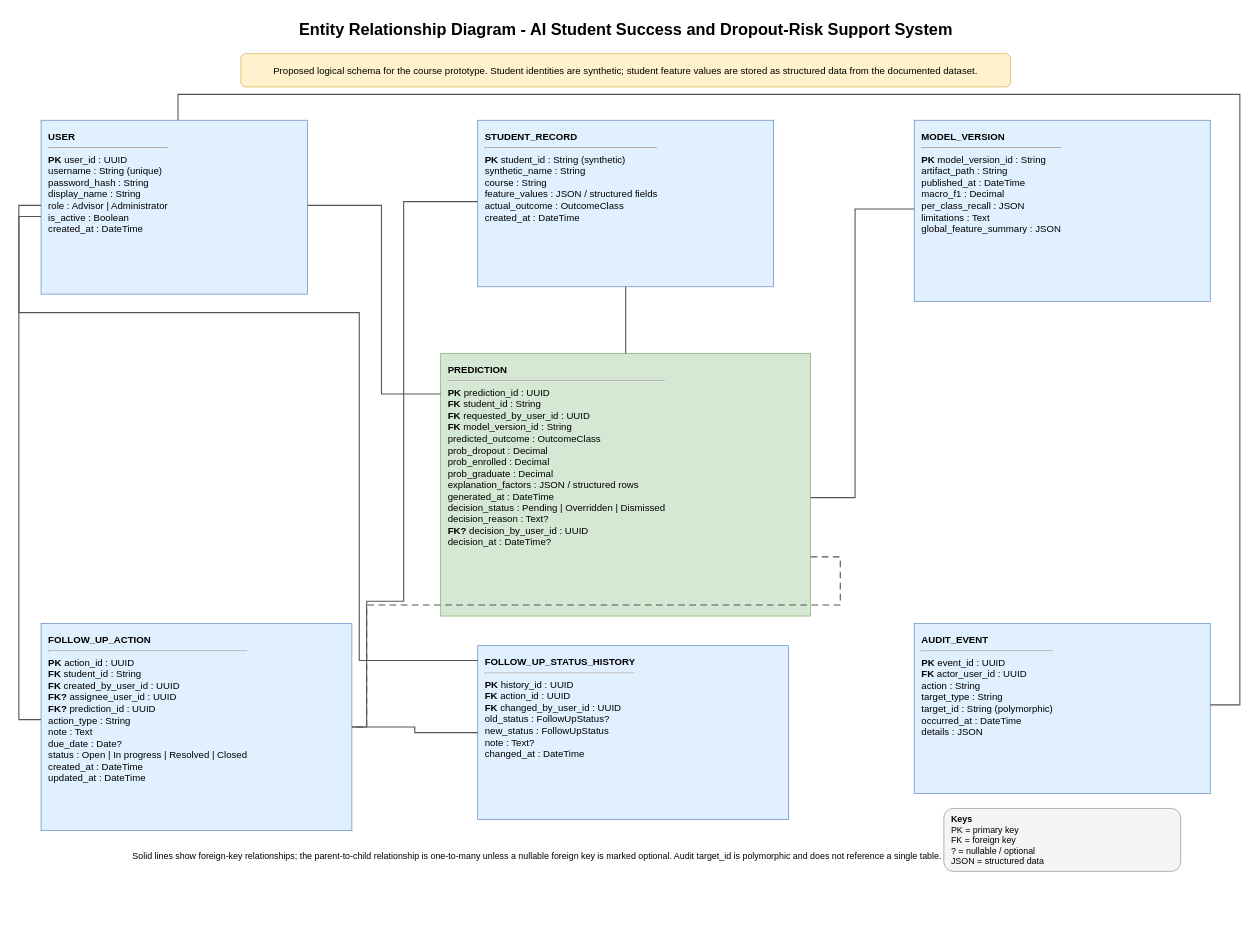
zeinalmajaly/SE-GP02 keeps this draw.io diagram as uml/erd.drawio. Above is the earlier version. Source tidied: cells renumbered, new cells numbered last; positions are measured from the earlier drawing's top-left corner, leaving out a move shared by most shapes. Both pictures are drawn from the tidied source at 74%, with x=0, y=0 at pixel (18, 13).
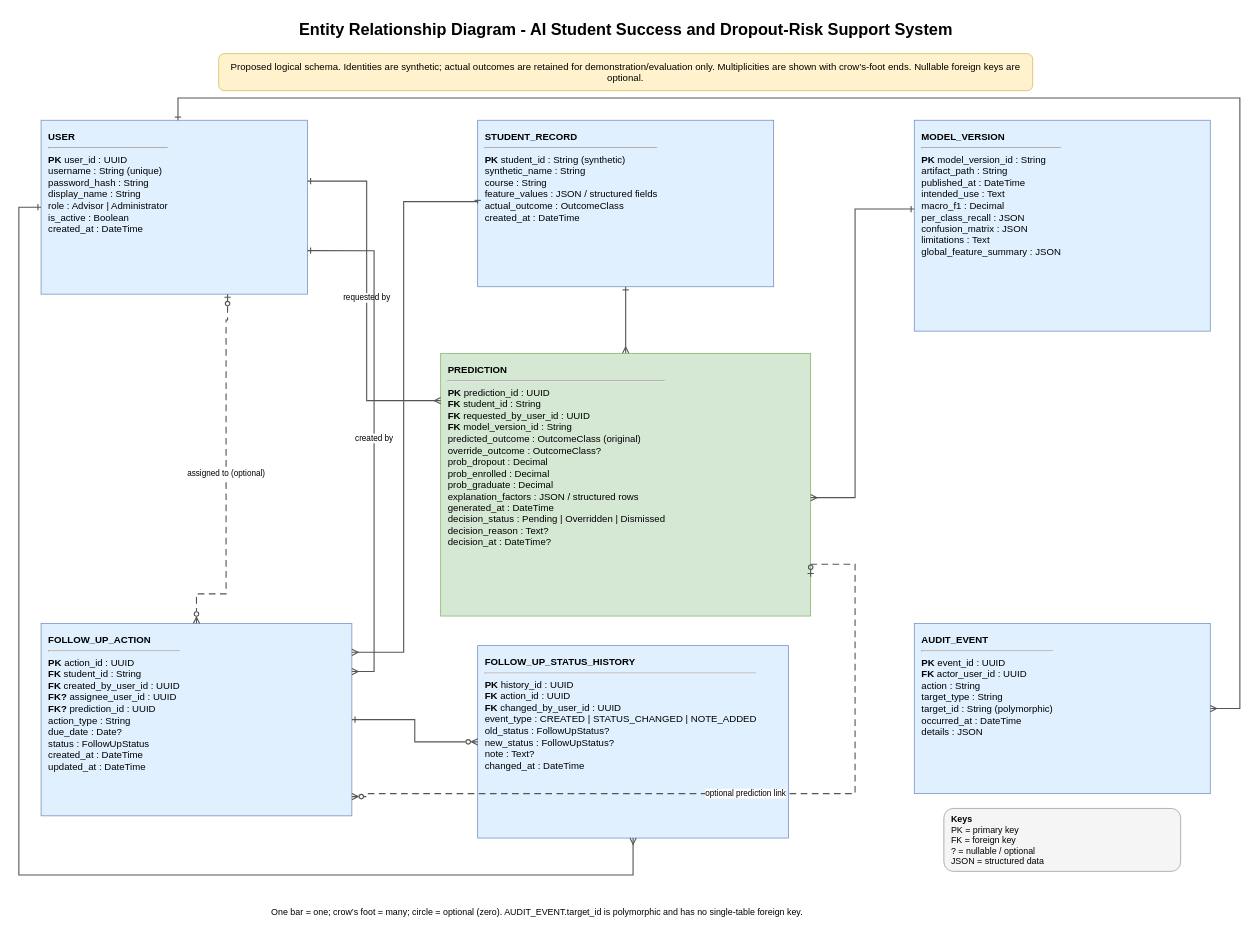
The same diagram, later.

Commit message (it also covers changes not shown here):
erd and class diagrams/renders fixing

Unchanged cells that the change refers to:
```xml
<mxCell id="4" value="&lt;b&gt;USER&lt;/b&gt;&lt;hr/&gt;&lt;b&gt;PK&lt;/b&gt; user_id : UUID&lt;br/&gt;username : String (unique)&lt;br/&gt;password_hash : String&lt;br/&gt;display_name : String&lt;br/&gt;role : Advisor | Administrator&lt;br/&gt;is_active : Boolean&lt;br/&gt;created_at : DateTime" style="rounded=0;whiteSpace=wrap;html=1;fillColor=#e1f0ff;strokeColor=#6c8ebf;fontSize=13;align=left;verticalAlign=top;spacing=10;" parent="1" vertex="1">
  <mxGeometry x="30" y="145" width="360" height="235" as="geometry" />
</mxCell>
<mxCell id="5" value="&lt;b&gt;STUDENT_RECORD&lt;/b&gt;&lt;hr/&gt;&lt;b&gt;PK&lt;/b&gt; student_id : String (synthetic)&lt;br/&gt;synthetic_name : String&lt;br/&gt;course : String&lt;br/&gt;feature_values : JSON / structured fields&lt;br/&gt;actual_outcome : OutcomeClass&lt;br/&gt;created_at : DateTime" style="rounded=0;whiteSpace=wrap;html=1;fillColor=#e1f0ff;strokeColor=#6c8ebf;fontSize=13;align=left;verticalAlign=top;spacing=10;" parent="1" vertex="1">
  <mxGeometry x="620" y="145" width="400" height="225" as="geometry" />
</mxCell>
<mxCell id="10" value="&lt;b&gt;AUDIT_EVENT&lt;/b&gt;&lt;hr/&gt;&lt;b&gt;PK&lt;/b&gt; event_id : UUID&lt;br/&gt;&lt;b&gt;FK&lt;/b&gt; actor_user_id : UUID&lt;br/&gt;action : String&lt;br/&gt;target_type : String&lt;br/&gt;target_id : String (polymorphic)&lt;br/&gt;occurred_at : DateTime&lt;br/&gt;details : JSON" style="rounded=0;whiteSpace=wrap;html=1;fillColor=#e1f0ff;strokeColor=#6c8ebf;fontSize=13;align=left;verticalAlign=top;spacing=10;" parent="1" vertex="1">
  <mxGeometry x="1210" y="825" width="400" height="230" as="geometry" />
</mxCell>
```

The edit, as a diff of the source:
```diff
@@
-    <mxCell id="3" value="Proposed logical schema for the course prototype. Student identities are synthetic; student feature values are stored as structured data from the documented dataset." style="rounded=1;whiteSpace=wrap;html=1;fillColor=#fff2cc;strokeColor=#d6b656;fontSize=13;" parent="1" vertex="1">
-      <mxGeometry x="300" y="55" width="1040" height="45" as="geometry" />
+    <mxCell id="3" value="Proposed logical schema. Identities are synthetic; actual outcomes are retained for demonstration/evaluation only. Multiplicities are shown with crow’s-foot ends. Nullable foreign keys are optional." style="rounded=1;whiteSpace=wrap;html=1;fillColor=#fff2cc;strokeColor=#d6b656;fontSize=13;" parent="1" vertex="1">
+      <mxGeometry x="270" y="55" width="1100" height="50" as="geometry" />
     </mxCell>
@@
-    <mxCell id="6" value="&lt;b&gt;MODEL_VERSION&lt;/b&gt;&lt;hr/&gt;&lt;b&gt;PK&lt;/b&gt; model_version_id : String&lt;br/&gt;artifact_path : String&lt;br/&gt;published_at : DateTime&lt;br/&gt;macro_f1 : Decimal&lt;br/&gt;per_class_recall : JSON&lt;br/&gt;limitations : Text&lt;br/&gt;global_feature_summary : JSON" style="rounded=0;whiteSpace=wrap;html=1;fillColor=#e1f0ff;strokeColor=#6c8ebf;fontSize=13;align=left;verticalAlign=top;spacing=10;" parent="1" vertex="1">
-      <mxGeometry x="1210" y="145" width="400" height="245" as="geometry" />
+    <mxCell id="6" value="&lt;b&gt;MODEL_VERSION&lt;/b&gt;&lt;hr/&gt;&lt;b&gt;PK&lt;/b&gt; model_version_id : String&lt;br/&gt;artifact_path : String&lt;br/&gt;published_at : DateTime&lt;br/&gt;intended_use : Text&lt;br/&gt;macro_f1 : Decimal&lt;br/&gt;per_class_recall : JSON&lt;br/&gt;confusion_matrix : JSON&lt;br/&gt;limitations : Text&lt;br/&gt;global_feature_summary : JSON" style="rounded=0;whiteSpace=wrap;html=1;fillColor=#e1f0ff;strokeColor=#6c8ebf;fontSize=13;align=left;verticalAlign=top;spacing=10;" parent="1" vertex="1">
+      <mxGeometry x="1210" y="145" width="400" height="285" as="geometry" />
     </mxCell>
-    <mxCell id="7" value="&lt;b&gt;PREDICTION&lt;/b&gt;&lt;hr/&gt;&lt;b&gt;PK&lt;/b&gt; prediction_id : UUID&lt;br/&gt;&lt;b&gt;FK&lt;/b&gt; student_id : String&lt;br/&gt;&lt;b&gt;FK&lt;/b&gt; requested_by_user_id : UUID&lt;br/&gt;&lt;b&gt;FK&lt;/b&gt; model_version_id : String&lt;br/&gt;predicted_outcome : OutcomeClass&lt;br/&gt;prob_dropout : Decimal&lt;br/&gt;prob_enrolled : Decimal&lt;br/&gt;prob_graduate : Decimal&lt;br/&gt;explanation_factors : JSON / structured rows&lt;br/&gt;generated_at : DateTime&lt;br/&gt;decision_status : Pending | Overridden | Dismissed&lt;br/&gt;decision_reason : Text?&lt;br/&gt;&lt;b&gt;FK?&lt;/b&gt; decision_by_user_id : UUID&lt;br/&gt;decision_at : DateTime?" style="rounded=0;whiteSpace=wrap;html=1;fillColor=#d5e8d4;strokeColor=#82b366;fontSize=13;align=left;verticalAlign=top;spacing=10;" parent="1" vertex="1">
+    <mxCell id="7" value="&lt;b&gt;PREDICTION&lt;/b&gt;&lt;hr/&gt;&lt;b&gt;PK&lt;/b&gt; prediction_id : UUID&lt;br/&gt;&lt;b&gt;FK&lt;/b&gt; student_id : String&lt;br/&gt;&lt;b&gt;FK&lt;/b&gt; requested_by_user_id : UUID&lt;br/&gt;&lt;b&gt;FK&lt;/b&gt; model_version_id : String&lt;br/&gt;predicted_outcome : OutcomeClass (original)&lt;br/&gt;override_outcome : OutcomeClass?&lt;br/&gt;prob_dropout : Decimal&lt;br/&gt;prob_enrolled : Decimal&lt;br/&gt;prob_graduate : Decimal&lt;br/&gt;explanation_factors : JSON / structured rows&lt;br/&gt;generated_at : DateTime&lt;br/&gt;decision_status : Pending | Overridden | Dismissed&lt;br/&gt;decision_reason : Text?&lt;br/&gt;decision_at : DateTime?" style="rounded=0;whiteSpace=wrap;html=1;fillColor=#d5e8d4;strokeColor=#82b366;fontSize=13;align=left;verticalAlign=top;spacing=10;" parent="1" vertex="1">
       <mxGeometry x="570" y="460" width="500" height="355" as="geometry" />
     </mxCell>
-    <mxCell id="8" value="&lt;b&gt;FOLLOW_UP_ACTION&lt;/b&gt;&lt;hr/&gt;&lt;b&gt;PK&lt;/b&gt; action_id : UUID&lt;br/&gt;&lt;b&gt;FK&lt;/b&gt; student_id : String&lt;br/&gt;&lt;b&gt;FK&lt;/b&gt; created_by_user_id : UUID&lt;br/&gt;&lt;b&gt;FK?&lt;/b&gt; assignee_user_id : UUID&lt;br/&gt;&lt;b&gt;FK?&lt;/b&gt; prediction_id : UUID&lt;br/&gt;action_type : String&lt;br/&gt;note : Text&lt;br/&gt;due_date : Date?&lt;br/&gt;status : Open | In progress | Resolved | Closed&lt;br/&gt;created_at : DateTime&lt;br/&gt;updated_at : DateTime" style="rounded=0;whiteSpace=wrap;html=1;fillColor=#e1f0ff;strokeColor=#6c8ebf;fontSize=13;align=left;verticalAlign=top;spacing=10;" parent="1" vertex="1">
-      <mxGeometry x="30" y="825" width="420" height="280" as="geometry" />
+    <mxCell id="8" value="&lt;b&gt;FOLLOW_UP_ACTION&lt;/b&gt;&lt;hr/&gt;&lt;b&gt;PK&lt;/b&gt; action_id : UUID&lt;br/&gt;&lt;b&gt;FK&lt;/b&gt; student_id : String&lt;br/&gt;&lt;b&gt;FK&lt;/b&gt; created_by_user_id : UUID&lt;br/&gt;&lt;b&gt;FK?&lt;/b&gt; assignee_user_id : UUID&lt;br/&gt;&lt;b&gt;FK?&lt;/b&gt; prediction_id : UUID&lt;br/&gt;action_type : String&lt;br/&gt;due_date : Date?&lt;br/&gt;status : FollowUpStatus&lt;br/&gt;created_at : DateTime&lt;br/&gt;updated_at : DateTime" style="rounded=0;whiteSpace=wrap;html=1;fillColor=#e1f0ff;strokeColor=#6c8ebf;fontSize=13;align=left;verticalAlign=top;spacing=10;" parent="1" vertex="1">
+      <mxGeometry x="30" y="825" width="420" height="260" as="geometry" />
     </mxCell>
-    <mxCell id="9" value="&lt;b&gt;FOLLOW_UP_STATUS_HISTORY&lt;/b&gt;&lt;hr/&gt;&lt;b&gt;PK&lt;/b&gt; history_id : UUID&lt;br/&gt;&lt;b&gt;FK&lt;/b&gt; action_id : UUID&lt;br/&gt;&lt;b&gt;FK&lt;/b&gt; changed_by_user_id : UUID&lt;br/&gt;old_status : FollowUpStatus?&lt;br/&gt;new_status : FollowUpStatus&lt;br/&gt;note : Text?&lt;br/&gt;changed_at : DateTime" style="rounded=0;whiteSpace=wrap;html=1;fillColor=#e1f0ff;strokeColor=#6c8ebf;fontSize=13;align=left;verticalAlign=top;spacing=10;" parent="1" vertex="1">
-      <mxGeometry x="620" y="855" width="420" height="235" as="geometry" />
+    <mxCell id="9" value="&lt;b&gt;FOLLOW_UP_STATUS_HISTORY&lt;/b&gt;&lt;hr/&gt;&lt;b&gt;PK&lt;/b&gt; history_id : UUID&lt;br/&gt;&lt;b&gt;FK&lt;/b&gt; action_id : UUID&lt;br/&gt;&lt;b&gt;FK&lt;/b&gt; changed_by_user_id : UUID&lt;br/&gt;event_type : CREATED | STATUS_CHANGED | NOTE_ADDED&lt;br/&gt;old_status : FollowUpStatus?&lt;br/&gt;new_status : FollowUpStatus?&lt;br/&gt;note : Text?&lt;br/&gt;changed_at : DateTime" style="rounded=0;whiteSpace=wrap;html=1;fillColor=#e1f0ff;strokeColor=#6c8ebf;fontSize=13;align=left;verticalAlign=top;spacing=10;" parent="1" vertex="1">
+      <mxGeometry x="620" y="855" width="420" height="260" as="geometry" />
     </mxCell>
@@
-    <mxCell id="11" style="edgeStyle=orthogonalEdgeStyle;rounded=0;jettySize=auto;html=1;endArrow=none;startArrow=none;strokeWidth=1.5;strokeColor=#555555;" parent="1" edge="1" source="4" target="7">
+    <mxCell id="11" value="requested by" style="edgeStyle=orthogonalEdgeStyle;rounded=0;jettySize=auto;html=1;startArrow=ERone;startFill=0;endArrow=ERmany;endFill=0;strokeWidth=1.5;strokeColor=#555555;exitX=1;exitY=0.35;entryX=0;entryY=0.18;" parent="1" edge="1" source="4" target="7">
       <mxGeometry relative="1" as="geometry">
         <Array as="points">
-          <mxPoint x="490" y="260" />
-          <mxPoint x="490" y="515" />
+          <mxPoint x="470" y="227" />
+          <mxPoint x="470" y="524" />
         </Array>
       </mxGeometry>
     </mxCell>
-    <mxCell id="12" style="edgeStyle=orthogonalEdgeStyle;rounded=0;jettySize=auto;html=1;endArrow=none;startArrow=none;strokeWidth=1.5;strokeColor=#555555;" parent="1" edge="1" source="5" target="7">
+    <mxCell id="12" style="edgeStyle=orthogonalEdgeStyle;rounded=0;jettySize=auto;html=1;startArrow=ERone;startFill=0;endArrow=ERmany;endFill=0;strokeWidth=1.5;strokeColor=#555555;" parent="1" edge="1" source="5" target="7">
       <mxGeometry relative="1" as="geometry" />
     </mxCell>
-    <mxCell id="13" style="edgeStyle=orthogonalEdgeStyle;rounded=0;jettySize=auto;html=1;endArrow=none;startArrow=none;strokeWidth=1.5;strokeColor=#555555;" parent="1" edge="1" source="6" target="7">
+    <mxCell id="13" style="edgeStyle=orthogonalEdgeStyle;rounded=0;jettySize=auto;html=1;startArrow=ERone;startFill=0;endArrow=ERmany;endFill=0;strokeWidth=1.5;strokeColor=#555555;" parent="1" edge="1" source="6" target="7">
       <mxGeometry relative="1" as="geometry">
         <Array as="points">
           <mxPoint x="1130" y="265" />
           <mxPoint x="1130" y="655" />
         </Array>
       </mxGeometry>
     </mxCell>
-    <mxCell id="14" style="edgeStyle=orthogonalEdgeStyle;rounded=0;jettySize=auto;html=1;endArrow=none;startArrow=none;strokeWidth=1.5;strokeColor=#555555;" parent="1" edge="1" source="4" target="8">
+    <mxCell id="14" value="created by" style="edgeStyle=orthogonalEdgeStyle;rounded=0;jettySize=auto;html=1;startArrow=ERone;startFill=0;endArrow=ERmany;endFill=0;strokeWidth=1.5;strokeColor=#555555;exitX=1;exitY=0.75;entryX=1;entryY=0.25;" parent="1" edge="1" source="4" target="8">
       <mxGeometry relative="1" as="geometry">
         <Array as="points">
-          <mxPoint y="260" />
-          <mxPoint y="955" />
+          <mxPoint x="480" y="321" />
+          <mxPoint x="480" y="890" />
         </Array>
       </mxGeometry>
     </mxCell>
-    <mxCell id="15" style="edgeStyle=orthogonalEdgeStyle;rounded=0;jettySize=auto;html=1;endArrow=none;startArrow=none;strokeWidth=1.5;strokeColor=#555555;" parent="1" edge="1" source="5" target="8">
+    <mxCell id="15" style="edgeStyle=orthogonalEdgeStyle;rounded=0;jettySize=auto;html=1;startArrow=ERone;startFill=0;endArrow=ERmany;endFill=0;strokeWidth=1.5;strokeColor=#555555;exitX=0;exitY=0.5;entryX=1;entryY=0.15;" parent="1" edge="1" source="5" target="8">
       <mxGeometry relative="1" as="geometry">
         <Array as="points">
           <mxPoint x="520" y="255" />
-          <mxPoint x="520" y="795" />
-          <mxPoint x="470" y="795" />
+          <mxPoint x="520" y="864" />
         </Array>
       </mxGeometry>
     </mxCell>
-    <mxCell id="16" style="edgeStyle=orthogonalEdgeStyle;rounded=0;jettySize=auto;html=1;endArrow=none;startArrow=none;strokeWidth=1.5;strokeColor=#555555;dashed=1;dashPattern=6 4;" parent="1" edge="1" source="7" target="8">
+    <mxCell id="16" value="optional prediction link" style="edgeStyle=orthogonalEdgeStyle;rounded=0;jettySize=auto;html=1;startArrow=ERzeroToOne;startFill=0;endArrow=ERzeroToMany;endFill=0;strokeWidth=1.5;strokeColor=#555555;dashed=1;dashPattern=6 4;exitX=1;exitY=0.85;entryX=1;entryY=0.9;" parent="1" edge="1" source="7" target="8">
       <mxGeometry relative="1" as="geometry">
         <Array as="points">
-          <mxPoint x="1110" y="735" />
-          <mxPoint x="1110" y="800" />
-          <mxPoint x="470" y="800" />
+          <mxPoint x="1130" y="745" />
+          <mxPoint x="1130" y="1055" />
+          <mxPoint x="470" y="1055" />
         </Array>
       </mxGeometry>
     </mxCell>
-    <mxCell id="17" style="edgeStyle=orthogonalEdgeStyle;rounded=0;jettySize=auto;html=1;endArrow=none;startArrow=none;strokeWidth=1.5;strokeColor=#555555;" parent="1" edge="1" source="8" target="9">
+    <mxCell id="17" style="edgeStyle=orthogonalEdgeStyle;rounded=0;jettySize=auto;html=1;startArrow=ERone;startFill=0;endArrow=ERzeroToMany;endFill=0;strokeWidth=1.5;strokeColor=#555555;" parent="1" edge="1" source="8" target="9">
       <mxGeometry relative="1" as="geometry" />
     </mxCell>
-    <mxCell id="18" style="edgeStyle=orthogonalEdgeStyle;rounded=0;jettySize=auto;html=1;endArrow=none;startArrow=none;strokeWidth=1.5;strokeColor=#555555;" parent="1" edge="1" source="4" target="10">
+    <mxCell id="18" style="edgeStyle=orthogonalEdgeStyle;rounded=0;jettySize=auto;html=1;startArrow=ERone;startFill=0;endArrow=ERmany;endFill=0;strokeWidth=1.5;strokeColor=#555555;" parent="1" edge="1" source="4" target="10">
       <mxGeometry relative="1" as="geometry">
         <Array as="points">
-          <mxPoint x="215" y="110" />
-          <mxPoint x="1650" y="110" />
-          <mxPoint x="1650" y="935" />
+          <mxPoint x="215" y="115" />
+          <mxPoint x="1650" y="115" />
+          <mxPoint x="1650" y="940" />
         </Array>
       </mxGeometry>
     </mxCell>
-    <mxCell id="19" style="edgeStyle=orthogonalEdgeStyle;rounded=0;jettySize=auto;html=1;endArrow=none;startArrow=none;strokeWidth=1.5;strokeColor=#555555;" parent="1" edge="1" source="4" target="9">
+    <mxCell id="19" style="edgeStyle=orthogonalEdgeStyle;rounded=0;jettySize=auto;html=1;startArrow=ERone;startFill=0;endArrow=ERmany;endFill=0;strokeWidth=1.5;strokeColor=#555555;exitX=0;exitY=0.5;entryX=0.5;entryY=1;" parent="1" edge="1" source="4" target="9">
       <mxGeometry relative="1" as="geometry">
         <Array as="points">
-          <mxPoint y="275" />
-          <mxPoint y="405" />
-          <mxPoint x="460" y="405" />
-          <mxPoint x="460" y="875" />
+          <mxPoint y="262" />
+          <mxPoint y="1165" />
+          <mxPoint x="830" y="1165" />
         </Array>
       </mxGeometry>
     </mxCell>
+    <mxCell id="22" value="assigned to (optional)" style="edgeStyle=orthogonalEdgeStyle;rounded=0;jettySize=auto;html=1;startArrow=ERzeroToOne;startFill=0;endArrow=ERzeroToMany;endFill=0;strokeWidth=1.5;strokeColor=#555555;dashed=1;dashPattern=6 4;exitX=0.7;exitY=1;entryX=0.5;entryY=0;" parent="1" edge="1" source="4" target="8">
+      <mxGeometry relative="1" as="geometry">
+        <Array as="points">
+          <mxPoint x="280" y="415" />
+          <mxPoint x="280" y="785" />
+        </Array>
+      </mxGeometry>
+    </mxCell>
@@
-    <mxCell id="21" value="Solid lines show foreign-key relationships; the parent-to-child relationship is one-to-many unless a nullable foreign key is marked optional. Audit target_id is polymorphic and does not reference a single table." style="text;html=1;align=center;verticalAlign=middle;fontSize=12;" parent="1" vertex="1">
-      <mxGeometry x="250" y="1120" width="900" height="40" as="geometry" />
+    <mxCell id="21" value="One bar = one; crow’s foot = many; circle = optional (zero). AUDIT_EVENT.target_id is polymorphic and has no single-table foreign key." style="text;html=1;align=center;verticalAlign=middle;fontSize=12;" parent="1" vertex="1">
+      <mxGeometry x="250" y="1195" width="900" height="40" as="geometry" />
     </mxCell>
```
